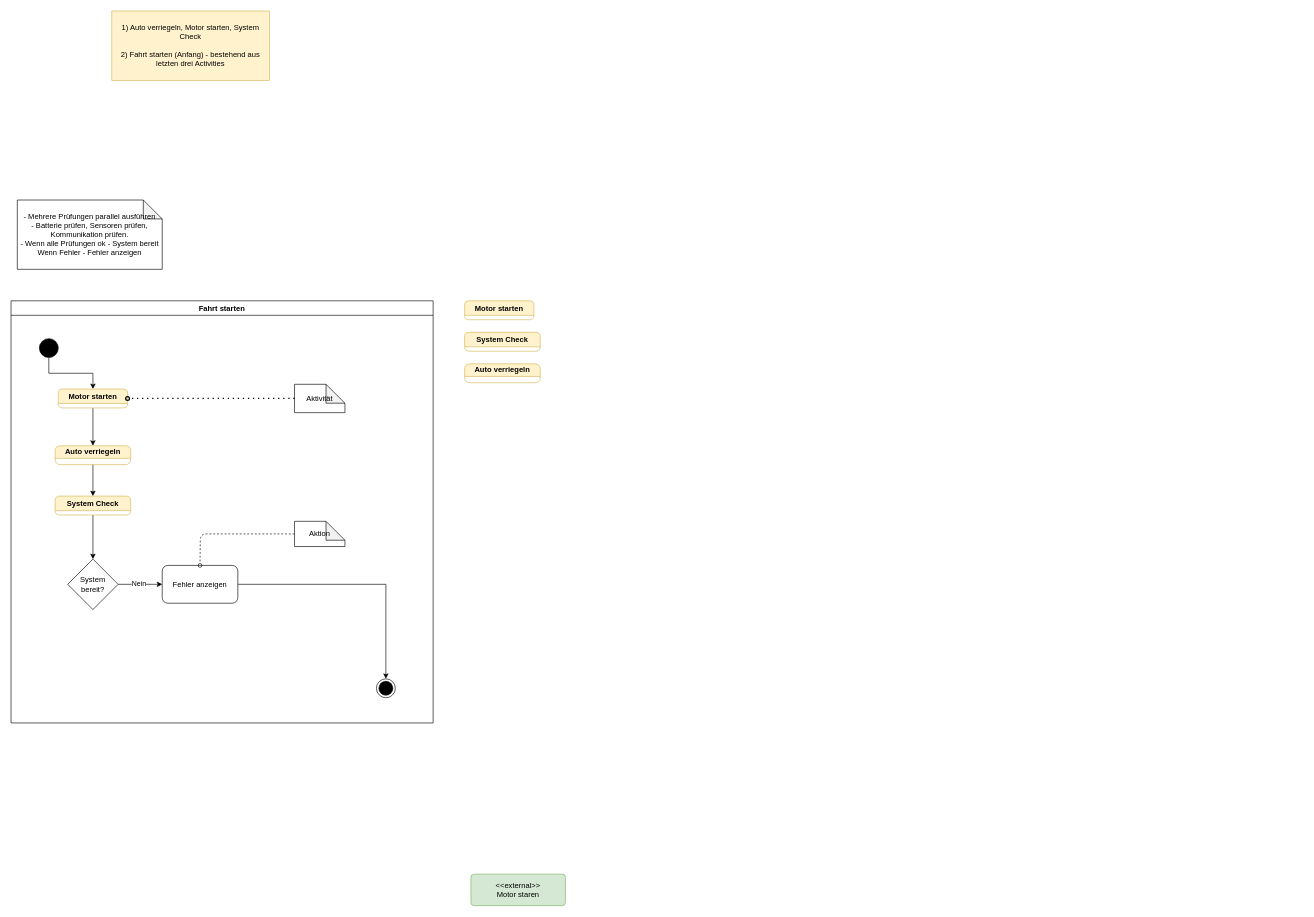
Earlier version of the draw.io diagram page "Aktivitätsdiagramme" (2 of 5) of auto_system.drawio (AdamSatzkeHSE/UML_Grundkurs_SANDATA). Source tidied: cells renumbered, new cells numbered last; positions are measured from the earlier drawing's top-left corner, leaving out a move shared by most shapes. Both pictures are drawn from the tidied source at 63%, with x=0, y=0 at pixel (11, 11).
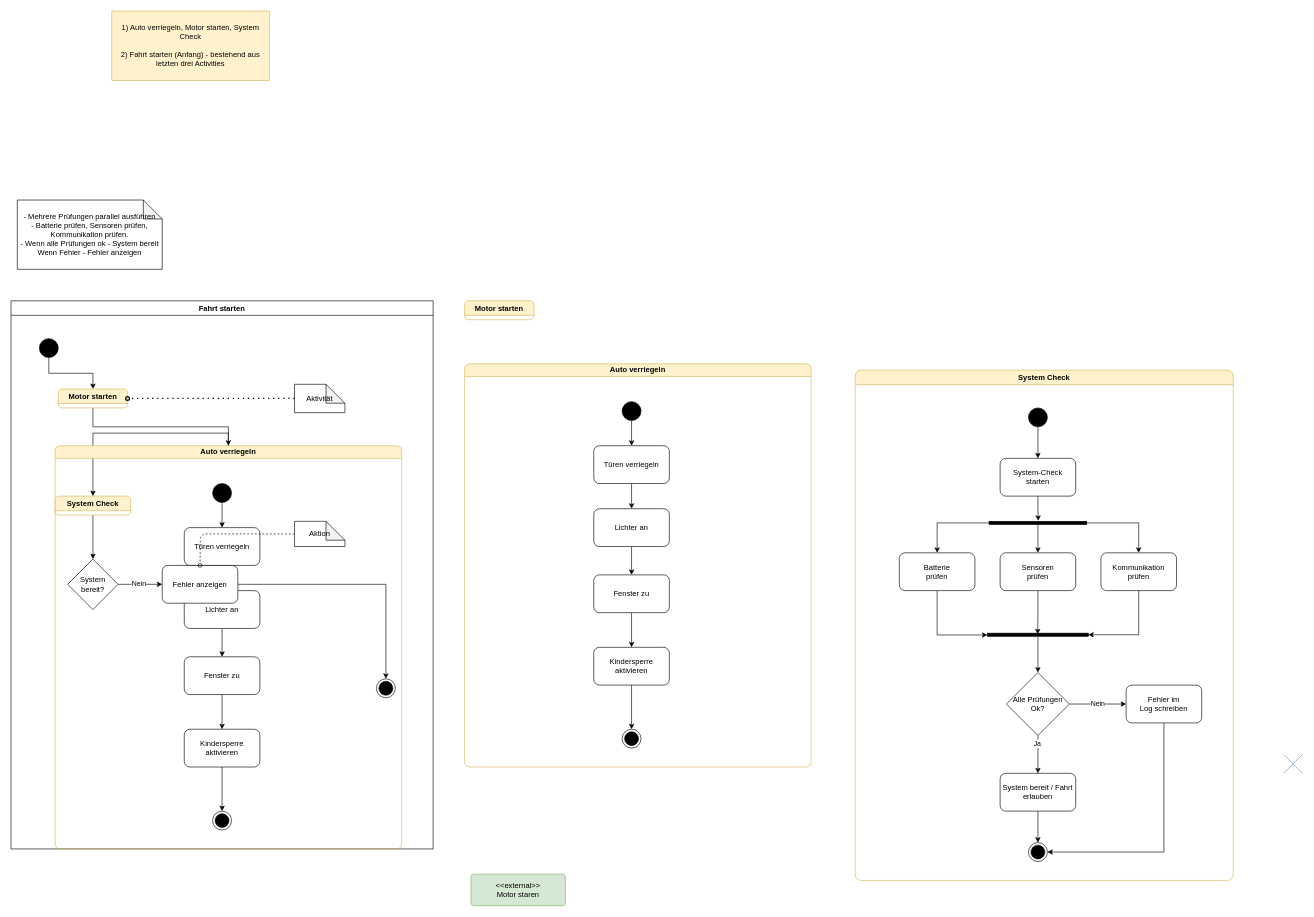
The same diagram, later.

Change to the diagram source:
```diff
@@
     <mxCell id="4" value="Fahrt starten" style="swimlane;whiteSpace=wrap;html=1;" parent="1" vertex="1">
-      <mxGeometry y="460" width="670" height="670" as="geometry" />
+      <mxGeometry y="460" width="670" height="870" as="geometry" />
     </mxCell>
@@
-    <mxCell id="11" value="Auto verriegeln" style="swimlane;whiteSpace=wrap;html=1;rounded=1;fillColor=#fff2cc;strokeColor=#d6b656;startSize=20;" parent="4" vertex="1" collapsed="1">
-      <mxGeometry x="70" y="230" width="120" height="30" as="geometry" />
+    <mxCell id="11" value="Auto verriegeln" style="swimlane;whiteSpace=wrap;html=1;rounded=1;fillColor=#fff2cc;strokeColor=#d6b656;startSize=20;" parent="4" vertex="1">
+      <mxGeometry x="70" y="230" width="550" height="640" as="geometry" />
     </mxCell>
+    <mxCell id="27" style="edgeStyle=orthogonalEdgeStyle;rounded=0;jettySize=auto;html=1;exitX=0.5;exitY=1;exitDx=0;exitDy=0;entryX=0.5;entryY=0;entryDx=0;entryDy=0;" parent="11" edge="1" source="28" target="31">
+      <mxGeometry relative="1" as="geometry" />
+    </mxCell>
+    <mxCell id="28" style="ellipse;fillColor=strokeColor;html=1;" parent="11" vertex="1">
+      <mxGeometry x="250" y="60" width="30" height="30" as="geometry" />
+    </mxCell>
+    <mxCell id="29" style="ellipse;html=1;shape=endState;fillColor=strokeColor;" parent="11" vertex="1">
+      <mxGeometry x="250" y="580" width="30" height="30" as="geometry" />
+    </mxCell>
+    <mxCell id="30" style="edgeStyle=orthogonalEdgeStyle;rounded=0;jettySize=auto;html=1;exitX=0.5;exitY=1;exitDx=0;exitDy=0;entryX=0.5;entryY=0;entryDx=0;entryDy=0;" parent="11" edge="1" source="31" target="33">
+      <mxGeometry relative="1" as="geometry" />
+    </mxCell>
+    <mxCell id="31" value="Türen verriegeln" style="rounded=1;whiteSpace=wrap;html=1;" parent="11" vertex="1">
+      <mxGeometry x="205" y="130" width="120" height="60" as="geometry" />
+    </mxCell>
+    <mxCell id="32" style="edgeStyle=orthogonalEdgeStyle;rounded=0;jettySize=auto;html=1;exitX=0.5;exitY=1;exitDx=0;exitDy=0;entryX=0.5;entryY=0;entryDx=0;entryDy=0;" parent="11" edge="1" source="33" target="35">
+      <mxGeometry relative="1" as="geometry" />
+    </mxCell>
+    <mxCell id="33" value="Lichter an" style="rounded=1;whiteSpace=wrap;html=1;" parent="11" vertex="1">
+      <mxGeometry x="205" y="230" width="120" height="60" as="geometry" />
+    </mxCell>
+    <mxCell id="34" style="edgeStyle=orthogonalEdgeStyle;rounded=0;jettySize=auto;html=1;exitX=0.5;exitY=1;exitDx=0;exitDy=0;entryX=0.5;entryY=0;entryDx=0;entryDy=0;" parent="11" edge="1" source="35" target="37">
+      <mxGeometry relative="1" as="geometry" />
+    </mxCell>
+    <mxCell id="35" value="Fenster zu" style="rounded=1;whiteSpace=wrap;html=1;" parent="11" vertex="1">
+      <mxGeometry x="205" y="335" width="120" height="60" as="geometry" />
+    </mxCell>
+    <mxCell id="36" style="edgeStyle=orthogonalEdgeStyle;rounded=0;jettySize=auto;html=1;exitX=0.5;exitY=1;exitDx=0;exitDy=0;entryX=0.5;entryY=0;entryDx=0;entryDy=0;" parent="11" edge="1" source="37" target="29">
+      <mxGeometry relative="1" as="geometry" />
+    </mxCell>
+    <mxCell id="37" value="Kindersperre&lt;div&gt;aktivieren&lt;/div&gt;" style="rounded=1;whiteSpace=wrap;html=1;" parent="11" vertex="1">
+      <mxGeometry x="205" y="450" width="120" height="60" as="geometry" />
+    </mxCell>
@@
-    <mxCell id="24" value="Auto verriegeln" style="swimlane;whiteSpace=wrap;html=1;rounded=1;fillColor=#fff2cc;strokeColor=#d6b656;startSize=20;" parent="1" vertex="1" collapsed="1">
-      <mxGeometry x="720" y="560" width="120" height="30" as="geometry" />
+    <mxCell id="24" value="Auto verriegeln" style="swimlane;whiteSpace=wrap;html=1;rounded=1;fillColor=#fff2cc;strokeColor=#d6b656;startSize=20;" parent="1" vertex="1">
+      <mxGeometry x="720" y="560" width="550" height="640" as="geometry" />
     </mxCell>
+    <mxCell id="38" style="edgeStyle=orthogonalEdgeStyle;rounded=0;jettySize=auto;html=1;exitX=0.5;exitY=1;exitDx=0;exitDy=0;entryX=0.5;entryY=0;entryDx=0;entryDy=0;" parent="24" edge="1" source="39" target="42">
+      <mxGeometry relative="1" as="geometry" />
+    </mxCell>
+    <mxCell id="39" style="ellipse;fillColor=strokeColor;html=1;" parent="24" vertex="1">
+      <mxGeometry x="250" y="60" width="30" height="30" as="geometry" />
+    </mxCell>
+    <mxCell id="40" style="ellipse;html=1;shape=endState;fillColor=strokeColor;" parent="24" vertex="1">
+      <mxGeometry x="250" y="580" width="30" height="30" as="geometry" />
+    </mxCell>
+    <mxCell id="41" style="edgeStyle=orthogonalEdgeStyle;rounded=0;jettySize=auto;html=1;exitX=0.5;exitY=1;exitDx=0;exitDy=0;entryX=0.5;entryY=0;entryDx=0;entryDy=0;" parent="24" edge="1" source="42" target="44">
+      <mxGeometry relative="1" as="geometry" />
+    </mxCell>
+    <mxCell id="42" value="Türen verriegeln" style="rounded=1;whiteSpace=wrap;html=1;" parent="24" vertex="1">
+      <mxGeometry x="205" y="130" width="120" height="60" as="geometry" />
+    </mxCell>
+    <mxCell id="43" style="edgeStyle=orthogonalEdgeStyle;rounded=0;jettySize=auto;html=1;exitX=0.5;exitY=1;exitDx=0;exitDy=0;entryX=0.5;entryY=0;entryDx=0;entryDy=0;" parent="24" edge="1" source="44" target="46">
+      <mxGeometry relative="1" as="geometry" />
+    </mxCell>
+    <mxCell id="44" value="Lichter an" style="rounded=1;whiteSpace=wrap;html=1;" parent="24" vertex="1">
+      <mxGeometry x="205" y="230" width="120" height="60" as="geometry" />
+    </mxCell>
+    <mxCell id="45" style="edgeStyle=orthogonalEdgeStyle;rounded=0;jettySize=auto;html=1;exitX=0.5;exitY=1;exitDx=0;exitDy=0;entryX=0.5;entryY=0;entryDx=0;entryDy=0;" parent="24" edge="1" source="46" target="48">
+      <mxGeometry relative="1" as="geometry" />
+    </mxCell>
+    <mxCell id="46" value="Fenster zu" style="rounded=1;whiteSpace=wrap;html=1;" parent="24" vertex="1">
+      <mxGeometry x="205" y="335" width="120" height="60" as="geometry" />
+    </mxCell>
+    <mxCell id="47" style="edgeStyle=orthogonalEdgeStyle;rounded=0;jettySize=auto;html=1;exitX=0.5;exitY=1;exitDx=0;exitDy=0;entryX=0.5;entryY=0;entryDx=0;entryDy=0;" parent="24" edge="1" source="48" target="40">
+      <mxGeometry relative="1" as="geometry" />
+    </mxCell>
+    <mxCell id="48" value="Kindersperre&lt;div&gt;aktivieren&lt;/div&gt;" style="rounded=1;whiteSpace=wrap;html=1;" parent="24" vertex="1">
+      <mxGeometry x="205" y="450" width="120" height="60" as="geometry" />
+    </mxCell>
-    <mxCell id="25" value="System Check" style="swimlane;whiteSpace=wrap;html=1;startSize=23;fillColor=#fff2cc;strokeColor=#d6b656;rounded=1;" parent="1" vertex="1" collapsed="1">
-      <mxGeometry x="720" y="510" width="120" height="30" as="geometry" />
+    <mxCell id="25" value="System Check" style="swimlane;whiteSpace=wrap;html=1;startSize=23;fillColor=#fff2cc;strokeColor=#d6b656;rounded=1;" parent="1" vertex="1">
+      <mxGeometry x="1340" y="570" width="600" height="810" as="geometry" />
     </mxCell>
+    <mxCell id="49" style="edgeStyle=orthogonalEdgeStyle;rounded=0;jettySize=auto;html=1;entryX=0.5;entryY=0;entryDx=0;entryDy=0;" parent="25" edge="1" source="50" target="52">
+      <mxGeometry relative="1" as="geometry" />
+    </mxCell>
+    <mxCell id="50" style="ellipse;fillColor=strokeColor;html=1;" parent="25" vertex="1">
+      <mxGeometry x="275" y="60" width="30" height="30" as="geometry" />
+    </mxCell>
+    <mxCell id="51" style="ellipse;html=1;shape=endState;fillColor=strokeColor;" parent="25" vertex="1">
+      <mxGeometry x="275" y="750" width="30" height="30" as="geometry" />
+    </mxCell>
+    <mxCell id="52" value="System-Check starten" style="rounded=1;whiteSpace=wrap;html=1;" parent="25" vertex="1">
+      <mxGeometry x="230" y="140" width="120" height="60" as="geometry" />
+    </mxCell>
+    <mxCell id="53" style="edgeStyle=orthogonalEdgeStyle;rounded=0;jettySize=auto;html=1;entryX=0.5;entryY=0;entryDx=0;entryDy=0;" parent="25" edge="1" source="56" target="60">
+      <mxGeometry relative="1" as="geometry" />
+    </mxCell>
+    <mxCell id="54" style="edgeStyle=orthogonalEdgeStyle;rounded=0;jettySize=auto;html=1;entryX=0.5;entryY=0;entryDx=0;entryDy=0;" parent="25" edge="1" source="56" target="57">
+      <mxGeometry relative="1" as="geometry" />
+    </mxCell>
+    <mxCell id="55" style="edgeStyle=orthogonalEdgeStyle;rounded=0;jettySize=auto;html=1;entryX=0.5;entryY=0;entryDx=0;entryDy=0;" parent="25" edge="1" source="56" target="58">
+      <mxGeometry relative="1" as="geometry" />
+    </mxCell>
+    <mxCell id="56" style="html=1;points=[];perimeter=orthogonalPerimeter;fillColor=strokeColor;direction=south;" parent="25" vertex="1">
+      <mxGeometry x="212.5" y="240" width="155" height="5" as="geometry" />
+    </mxCell>
+    <mxCell id="57" value="Sensoren&lt;div&gt;prüfen&lt;/div&gt;" style="rounded=1;whiteSpace=wrap;html=1;" parent="25" vertex="1">
+      <mxGeometry x="230" y="290" width="120" height="60" as="geometry" />
+    </mxCell>
+    <mxCell id="58" value="Kommunikation&lt;div&gt;prüfen&lt;/div&gt;" style="rounded=1;whiteSpace=wrap;html=1;" parent="25" vertex="1">
+      <mxGeometry x="390" y="290" width="120" height="60" as="geometry" />
+    </mxCell>
+    <mxCell id="59" style="edgeStyle=orthogonalEdgeStyle;rounded=0;jettySize=auto;html=1;entryX=0.582;entryY=1.001;entryDx=0;entryDy=0;entryPerimeter=0;exitX=0.5;exitY=1;exitDx=0;exitDy=0;" parent="25" edge="1" source="60" target="66">
+      <mxGeometry relative="1" as="geometry" />
+    </mxCell>
+    <mxCell id="60" value="Batterie&lt;div&gt;prüfen&lt;/div&gt;" style="rounded=1;whiteSpace=wrap;html=1;" parent="25" vertex="1">
+      <mxGeometry x="70" y="290" width="120" height="60" as="geometry" />
+    </mxCell>
+    <mxCell id="61" style="edgeStyle=orthogonalEdgeStyle;rounded=0;jettySize=auto;html=1;entryX=0;entryY=0.5;entryDx=0;entryDy=0;" parent="25" edge="1" source="63" target="70">
+      <mxGeometry relative="1" as="geometry" />
+    </mxCell>
+    <mxCell id="62" value="Nein" style="edgeLabel;html=1;align=center;verticalAlign=middle;" parent="61" vertex="1">
+      <mxGeometry x="-0.04" y="2" relative="1" as="geometry">
+        <mxPoint x="1" as="offset" />
+      </mxGeometry>
+    </mxCell>
+    <mxCell id="63" value="Alle Prüfungen&#10;Ok?" style="rhombus;" parent="25" vertex="1">
+      <mxGeometry x="240" y="480" width="100" height="100" as="geometry" />
+    </mxCell>
+    <mxCell id="64" style="edgeStyle=orthogonalEdgeStyle;rounded=0;jettySize=auto;html=1;entryX=-0.159;entryY=0.497;entryDx=0;entryDy=0;entryPerimeter=0;" parent="25" edge="1" source="52" target="56">
+      <mxGeometry relative="1" as="geometry" />
+    </mxCell>
+    <mxCell id="65" style="edgeStyle=orthogonalEdgeStyle;rounded=0;jettySize=auto;html=1;entryX=0.5;entryY=0;entryDx=0;entryDy=0;" parent="25" edge="1" source="66" target="63">
+      <mxGeometry relative="1" as="geometry" />
+    </mxCell>
+    <mxCell id="66" style="html=1;points=[];perimeter=orthogonalPerimeter;fillColor=strokeColor;direction=south;" parent="25" vertex="1">
+      <mxGeometry x="210" y="417.5" width="160" height="5" as="geometry" />
+    </mxCell>
+    <mxCell id="67" style="edgeStyle=orthogonalEdgeStyle;rounded=0;jettySize=auto;html=1;entryX=0.352;entryY=0.502;entryDx=0;entryDy=0;entryPerimeter=0;" parent="25" edge="1" source="57" target="66">
+      <mxGeometry relative="1" as="geometry" />
+    </mxCell>
+    <mxCell id="68" style="edgeStyle=orthogonalEdgeStyle;rounded=0;jettySize=auto;html=1;entryX=0.5;entryY=0;entryDx=0;entryDy=0;entryPerimeter=0;exitX=0.5;exitY=1;exitDx=0;exitDy=0;" parent="25" edge="1" source="58" target="66">
+      <mxGeometry relative="1" as="geometry" />
+    </mxCell>
+    <mxCell id="69" style="edgeStyle=orthogonalEdgeStyle;rounded=0;jettySize=auto;html=1;entryX=1;entryY=0.5;entryDx=0;entryDy=0;exitX=0.5;exitY=1;exitDx=0;exitDy=0;" parent="25" edge="1" source="70" target="51">
+      <mxGeometry relative="1" as="geometry">
+        <Array as="points">
+          <mxPoint x="490" y="765" />
+        </Array>
+      </mxGeometry>
+    </mxCell>
+    <mxCell id="70" value="Fehler im&lt;div&gt;Log schreiben&lt;/div&gt;" style="rounded=1;whiteSpace=wrap;html=1;" parent="25" vertex="1">
+      <mxGeometry x="430" y="500" width="120" height="60" as="geometry" />
+    </mxCell>
+    <mxCell id="71" value="System bereit / Fahrt erlauben" style="rounded=1;whiteSpace=wrap;html=1;" parent="25" vertex="1">
+      <mxGeometry x="230" y="640" width="120" height="60" as="geometry" />
+    </mxCell>
+    <mxCell id="72" style="edgeStyle=orthogonalEdgeStyle;rounded=0;jettySize=auto;html=1;entryX=0.5;entryY=0;entryDx=0;entryDy=0;" parent="25" edge="1" source="63" target="71">
+      <mxGeometry relative="1" as="geometry" />
+    </mxCell>
+    <mxCell id="73" value="Ja" style="edgeLabel;html=1;align=center;verticalAlign=middle;" parent="72" vertex="1">
+      <mxGeometry x="-0.6" y="-2" relative="1" as="geometry" />
+    </mxCell>
+    <mxCell id="74" style="edgeStyle=orthogonalEdgeStyle;rounded=0;jettySize=auto;html=1;entryX=0.5;entryY=0;entryDx=0;entryDy=0;" parent="25" edge="1" source="71" target="51">
+      <mxGeometry relative="1" as="geometry" />
+    </mxCell>
@@
+    <mxCell id="75" style="shape=umlDestroy;html=1;strokeColor=#6c8ebf;align=center;verticalAlign=top;fontFamily=Helvetica;fontSize=12;fontColor=default;fontStyle=1;horizontal=1;fillColor=#dae8fc;" parent="1" vertex="1">
+      <mxGeometry x="2020" y="1180" width="30" height="30" as="geometry" />
+    </mxCell>
```
